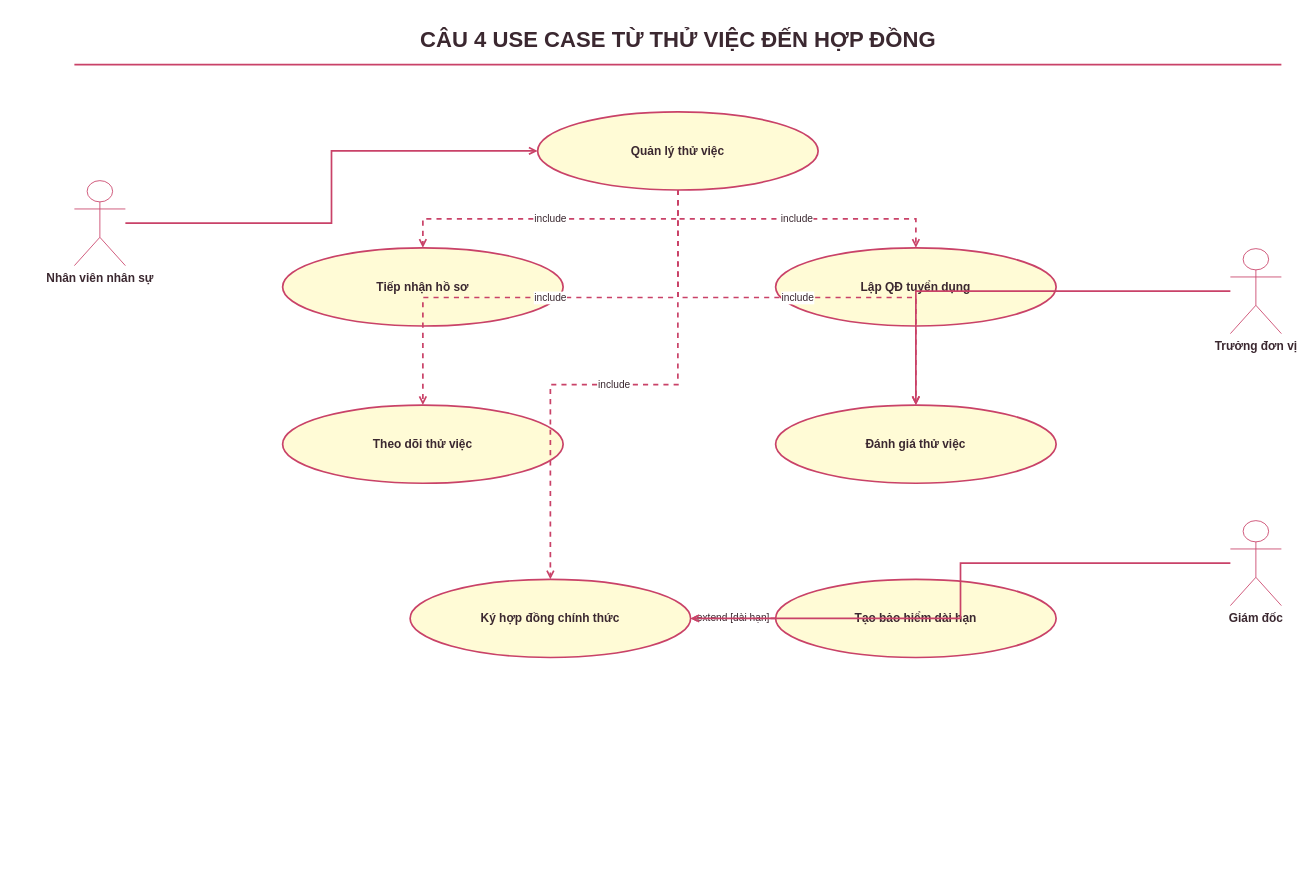
Earlier version of the draw.io diagram page "Câu 4 Use Case Từ Thử Việc Đến Hợp Đồng" (4 of 7) of LAB_AT_OOSD/LAB07/thietke/PhamMinhGiang-12DHCNPM1-LAB07-User.drawio (1250080044-PhamMinhGiang-12DHCNPM1/OOP-Lab). Source tidied: cells renumbered, new cells numbered last; positions are measured from the earlier drawing's top-left corner, leaving out a move shared by most shapes. Both pictures are drawn from the tidied source at 85%, with x=0, y=0 at pixel (74, 14).
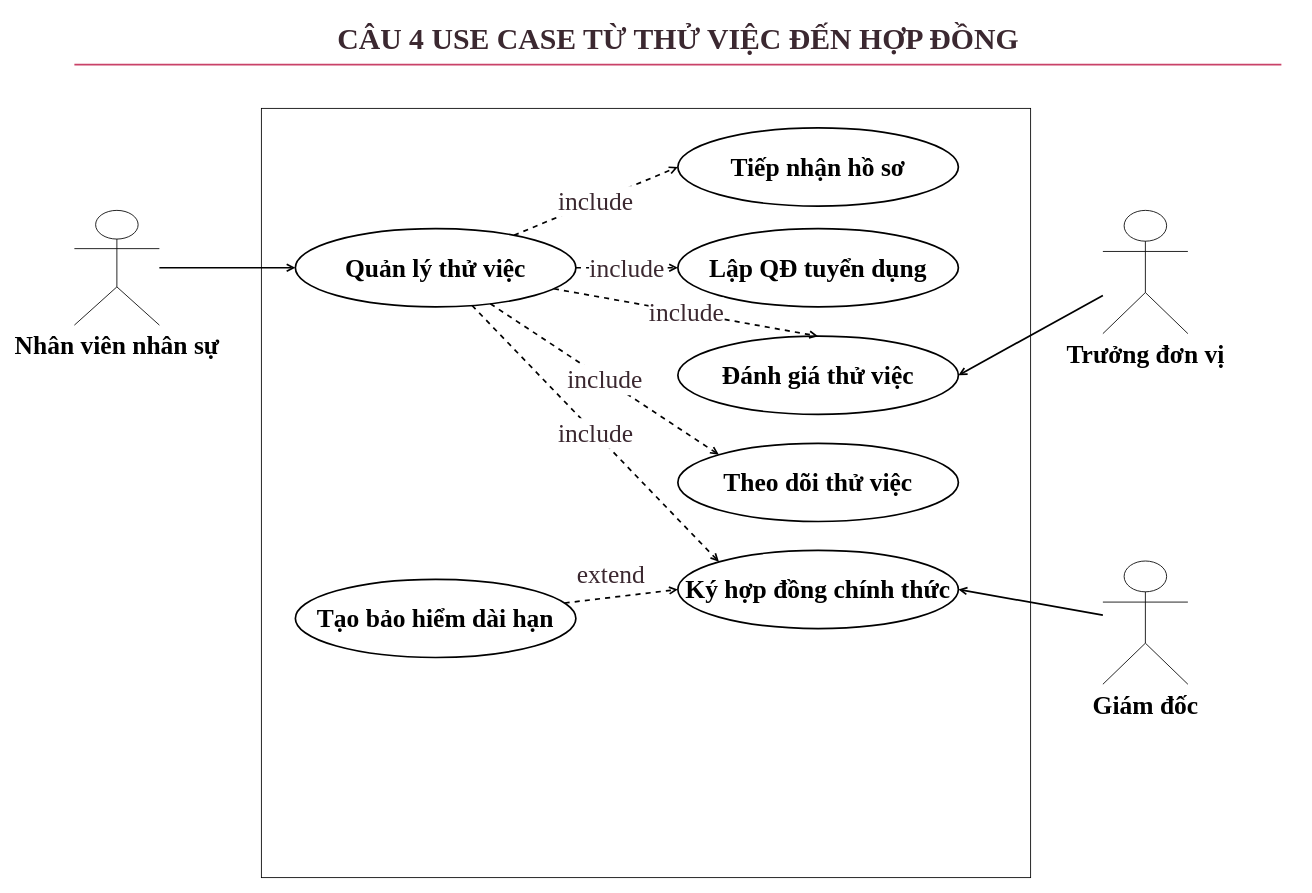
The same diagram, later.

Change to the diagram source:
```diff
@@
+    <mxCell id="23" style="whiteSpace=wrap;html=1;" parent="1" vertex="1">
+      <mxGeometry x="220" y="110" width="905" height="905" as="geometry" />
+    </mxCell>
-    <mxCell id="2" value="CÂU 4  USE CASE TỪ THỬ VIỆC ĐẾN HỢP ĐỒNG" style="text;html=1;align=center;verticalAlign=middle;fontSize=26;fontStyle=1;fontColor=#3B2830;strokeColor=none;fillColor=none;" parent="1" vertex="1">
+    <mxCell id="2" value="CÂU 4  USE CASE TỪ THỬ VIỆC ĐẾN HỢP ĐỒNG" style="text;html=1;align=center;verticalAlign=middle;fontSize=35;fontStyle=1;fontColor=#3B2830;strokeColor=none;fillColor=none;fontFamily=Times New Roman;" parent="1" vertex="1">
       <mxGeometry width="1420" height="58" as="geometry" />
     </mxCell>
-    <mxCell id="3" style="shape=line;strokeColor=#C94268;strokeWidth=2;" parent="1" vertex="1">
+    <mxCell id="3" style="shape=line;strokeColor=#C94268;strokeWidth=2;fontFamily=Times New Roman;fontSize=30;" parent="1" vertex="1">
       <mxGeometry y="58" width="1420" height="1" as="geometry" />
     </mxCell>
-    <mxCell id="4" value="Nhân viên nhân sự" style="shape=umlActor;verticalLabelPosition=bottom;verticalAlign=top;html=1;fontColor=#3B2830;strokeColor=#C94268;fillColor=none;fontSize=14;fontStyle=1;" parent="1" vertex="1">
-      <mxGeometry y="195" width="60" height="100" as="geometry" />
+    <mxCell id="4" value="Nhân viên nhân sự" style="shape=umlActor;verticalLabelPosition=bottom;verticalAlign=top;html=1;fontSize=30;fontStyle=1;fontFamily=Times New Roman;" parent="1" vertex="1">
+      <mxGeometry y="230" width="100" height="135" as="geometry" />
     </mxCell>
-    <mxCell id="5" value="Trưởng đơn vị" style="shape=umlActor;verticalLabelPosition=bottom;verticalAlign=top;html=1;fontColor=#3B2830;strokeColor=#C94268;fillColor=none;fontSize=14;fontStyle=1;" parent="1" vertex="1">
-      <mxGeometry x="1360" y="275" width="60" height="100" as="geometry" />
+    <mxCell id="5" value="Trưởng đơn vị" style="shape=umlActor;verticalLabelPosition=bottom;verticalAlign=top;html=1;fontSize=30;fontStyle=1;fontFamily=Times New Roman;" parent="1" vertex="1">
+      <mxGeometry x="1210" y="230" width="100" height="145" as="geometry" />
     </mxCell>
-    <mxCell id="6" value="Giám đốc" style="shape=umlActor;verticalLabelPosition=bottom;verticalAlign=top;html=1;fontColor=#3B2830;strokeColor=#C94268;fillColor=none;fontSize=14;fontStyle=1;" parent="1" vertex="1">
-      <mxGeometry x="1360" y="595" width="60" height="100" as="geometry" />
+    <mxCell id="6" value="Giám đốc" style="shape=umlActor;verticalLabelPosition=bottom;verticalAlign=top;html=1;fontSize=30;fontStyle=1;fontFamily=Times New Roman;" parent="1" vertex="1">
+      <mxGeometry x="1210" y="642.5" width="100" height="145" as="geometry" />
     </mxCell>
-    <mxCell id="7" value="Quản lý thử việc" style="ellipse;whiteSpace=wrap;html=1;fontColor=#3B2830;strokeColor=#C94268;strokeWidth=2;fillColor=#FFFBD6;fontSize=14;align=center;verticalAlign=middle;fontStyle=1;" parent="1" vertex="1">
-      <mxGeometry x="545" y="114" width="330" height="92" as="geometry" />
+    <mxCell id="7" value="Quản lý thử việc" style="ellipse;whiteSpace=wrap;html=1;strokeWidth=2;fontSize=30;align=center;verticalAlign=middle;fontStyle=1;fontFamily=Times New Roman;" parent="1" vertex="1">
+      <mxGeometry x="260" y="251.5" width="330" height="92" as="geometry" />
     </mxCell>
-    <mxCell id="8" value="Tiếp nhận hồ sơ" style="ellipse;whiteSpace=wrap;html=1;fontColor=#3B2830;strokeColor=#C94268;strokeWidth=2;fillColor=#FFFBD6;fontSize=14;align=center;verticalAlign=middle;fontStyle=1;" parent="1" vertex="1">
-      <mxGeometry x="245" y="274" width="330" height="92" as="geometry" />
+    <mxCell id="8" value="Tiếp nhận hồ sơ" style="ellipse;whiteSpace=wrap;html=1;strokeWidth=2;fontSize=30;align=center;verticalAlign=middle;fontStyle=1;fontFamily=Times New Roman;" parent="1" vertex="1">
+      <mxGeometry x="710" y="133" width="330" height="92" as="geometry" />
     </mxCell>
-    <mxCell id="9" value="Lập QĐ tuyển dụng" style="ellipse;whiteSpace=wrap;html=1;fontColor=#3B2830;strokeColor=#C94268;strokeWidth=2;fillColor=#FFFBD6;fontSize=14;align=center;verticalAlign=middle;fontStyle=1;" parent="1" vertex="1">
-      <mxGeometry x="825" y="274" width="330" height="92" as="geometry" />
+    <mxCell id="9" value="Lập QĐ tuyển dụng" style="ellipse;whiteSpace=wrap;html=1;strokeWidth=2;fontSize=30;align=center;verticalAlign=middle;fontStyle=1;fontFamily=Times New Roman;" parent="1" vertex="1">
+      <mxGeometry x="710" y="251.5" width="330" height="92" as="geometry" />
     </mxCell>
-    <mxCell id="10" value="Theo dõi thử việc" style="ellipse;whiteSpace=wrap;html=1;fontColor=#3B2830;strokeColor=#C94268;strokeWidth=2;fillColor=#FFFBD6;fontSize=14;align=center;verticalAlign=middle;fontStyle=1;" parent="1" vertex="1">
-      <mxGeometry x="245" y="459" width="330" height="92" as="geometry" />
+    <mxCell id="10" value="Theo dõi thử việc" style="ellipse;whiteSpace=wrap;html=1;strokeWidth=2;fontSize=30;align=center;verticalAlign=middle;fontStyle=1;fontFamily=Times New Roman;" parent="1" vertex="1">
+      <mxGeometry x="710" y="504" width="330" height="92" as="geometry" />
     </mxCell>
-    <mxCell id="11" value="Đánh giá thử việc" style="ellipse;whiteSpace=wrap;html=1;fontColor=#3B2830;strokeColor=#C94268;strokeWidth=2;fillColor=#FFFBD6;fontSize=14;align=center;verticalAlign=middle;fontStyle=1;" parent="1" vertex="1">
-      <mxGeometry x="825" y="459" width="330" height="92" as="geometry" />
+    <mxCell id="11" value="Đánh giá thử việc" style="ellipse;whiteSpace=wrap;html=1;strokeWidth=2;fontSize=30;align=center;verticalAlign=middle;fontStyle=1;fontFamily=Times New Roman;" parent="1" vertex="1">
+      <mxGeometry x="710" y="378" width="330" height="92" as="geometry" />
     </mxCell>
-    <mxCell id="12" value="Ký hợp đồng chính thức" style="ellipse;whiteSpace=wrap;html=1;fontColor=#3B2830;strokeColor=#C94268;strokeWidth=2;fillColor=#FFFBD6;fontSize=14;align=center;verticalAlign=middle;fontStyle=1;" parent="1" vertex="1">
-      <mxGeometry x="395" y="664" width="330" height="92" as="geometry" />
+    <mxCell id="12" value="Ký hợp đồng chính thức" style="ellipse;whiteSpace=wrap;html=1;strokeWidth=2;fontSize=30;align=center;verticalAlign=middle;fontStyle=1;fontFamily=Times New Roman;" parent="1" vertex="1">
+      <mxGeometry x="710" y="630" width="330" height="92" as="geometry" />
     </mxCell>
-    <mxCell id="13" value="Tạo bảo hiểm dài hạn" style="ellipse;whiteSpace=wrap;html=1;fontColor=#3B2830;strokeColor=#C94268;strokeWidth=2;fillColor=#FFFBD6;fontSize=14;align=center;verticalAlign=middle;fontStyle=1;" parent="1" vertex="1">
-      <mxGeometry x="825" y="664" width="330" height="92" as="geometry" />
+    <mxCell id="13" value="Tạo bảo hiểm dài hạn" style="ellipse;whiteSpace=wrap;html=1;strokeWidth=2;fontSize=30;align=center;verticalAlign=middle;fontStyle=1;fontFamily=Times New Roman;" parent="1" vertex="1">
+      <mxGeometry x="260" y="664" width="330" height="92" as="geometry" />
     </mxCell>
-    <mxCell id="14" value="include" style="edgeStyle=orthogonalEdgeStyle;rounded=0;html=1;strokeColor=#C94268;strokeWidth=2;endArrow=open;endFill=0;fontColor=#3B2830;fontSize=12;dashed=1;" parent="1" edge="1" source="7" target="8">
+    <mxCell id="14" value="include" style="rounded=0;html=1;strokeWidth=2;endArrow=open;endFill=0;fontColor=#3B2830;fontSize=30;dashed=1;fontFamily=Times New Roman;entryX=0;entryY=0.5;entryDx=0;entryDy=0;" parent="1" edge="1" source="7" target="8">
       <mxGeometry relative="1" as="geometry" />
     </mxCell>
-    <mxCell id="15" value="include" style="edgeStyle=orthogonalEdgeStyle;rounded=0;html=1;strokeColor=#C94268;strokeWidth=2;endArrow=open;endFill=0;fontColor=#3B2830;fontSize=12;dashed=1;" parent="1" edge="1" source="7" target="9">
+    <mxCell id="15" value="include" style="rounded=0;html=1;strokeWidth=2;endArrow=open;endFill=0;fontColor=#3B2830;fontSize=30;dashed=1;fontFamily=Times New Roman;" parent="1" edge="1" source="7" target="9">
       <mxGeometry relative="1" as="geometry" />
     </mxCell>
-    <mxCell id="16" value="include" style="edgeStyle=orthogonalEdgeStyle;rounded=0;html=1;strokeColor=#C94268;strokeWidth=2;endArrow=open;endFill=0;fontColor=#3B2830;fontSize=12;dashed=1;" parent="1" edge="1" source="7" target="10">
+    <mxCell id="16" value="include" style="rounded=0;html=1;strokeWidth=2;endArrow=open;endFill=0;fontColor=#3B2830;fontSize=30;dashed=1;fontFamily=Times New Roman;entryX=0;entryY=0;entryDx=0;entryDy=0;" parent="1" edge="1" source="7" target="10">
       <mxGeometry relative="1" as="geometry" />
     </mxCell>
-    <mxCell id="17" value="include" style="edgeStyle=orthogonalEdgeStyle;rounded=0;html=1;strokeColor=#C94268;strokeWidth=2;endArrow=open;endFill=0;fontColor=#3B2830;fontSize=12;dashed=1;" parent="1" edge="1" source="7" target="11">
+    <mxCell id="17" value="include" style="rounded=0;html=1;strokeWidth=2;endArrow=open;endFill=0;fontColor=#3B2830;fontSize=30;dashed=1;fontFamily=Times New Roman;entryX=0.5;entryY=0;entryDx=0;entryDy=0;" parent="1" edge="1" source="7" target="11">
       <mxGeometry relative="1" as="geometry" />
     </mxCell>
-    <mxCell id="18" value="include" style="edgeStyle=orthogonalEdgeStyle;rounded=0;html=1;strokeColor=#C94268;strokeWidth=2;endArrow=open;endFill=0;fontColor=#3B2830;fontSize=12;dashed=1;" parent="1" edge="1" source="7" target="12">
+    <mxCell id="18" value="include" style="rounded=0;html=1;strokeWidth=2;endArrow=open;endFill=0;fontColor=#3B2830;fontSize=30;dashed=1;fontFamily=Times New Roman;entryX=0;entryY=0;entryDx=0;entryDy=0;" parent="1" edge="1" source="7" target="12">
       <mxGeometry relative="1" as="geometry" />
     </mxCell>
-    <mxCell id="19" value="extend [dài hạn]" style="edgeStyle=orthogonalEdgeStyle;rounded=0;html=1;strokeColor=#C94268;strokeWidth=2;endArrow=open;endFill=0;fontColor=#3B2830;fontSize=12;dashed=1;" parent="1" edge="1" source="13" target="12">
-      <mxGeometry relative="1" as="geometry" />
+    <mxCell id="19" value="extend" style="rounded=0;html=1;strokeWidth=2;endArrow=open;endFill=0;fontColor=#3B2830;fontSize=30;dashed=1;fontFamily=Times New Roman;entryX=0;entryY=0.5;entryDx=0;entryDy=0;" parent="1" edge="1" source="13" target="12">
+      <mxGeometry x="-0.13" y="27" relative="1" as="geometry" />
     </mxCell>
-    <mxCell id="20" style="edgeStyle=orthogonalEdgeStyle;rounded=0;html=1;strokeColor=#C94268;strokeWidth=2;endArrow=open;endFill=0;fontColor=#3B2830;fontSize=12;dashed=0;" parent="1" edge="1" source="4" target="7">
+    <mxCell id="20" style="rounded=0;html=1;strokeWidth=2;endArrow=open;endFill=0;fontColor=#3B2830;fontSize=30;dashed=0;fontFamily=Times New Roman;entryX=0;entryY=0.5;entryDx=0;entryDy=0;" parent="1" edge="1" source="4" target="7">
       <mxGeometry relative="1" as="geometry" />
     </mxCell>
-    <mxCell id="21" style="edgeStyle=orthogonalEdgeStyle;rounded=0;html=1;strokeColor=#C94268;strokeWidth=2;endArrow=open;endFill=0;fontColor=#3B2830;fontSize=12;dashed=0;" parent="1" edge="1" source="5" target="11">
+    <mxCell id="21" style="rounded=0;html=1;strokeWidth=2;endArrow=open;endFill=0;fontColor=#3B2830;fontSize=30;dashed=0;fontFamily=Times New Roman;entryX=1;entryY=0.5;entryDx=0;entryDy=0;" parent="1" edge="1" source="5" target="11">
       <mxGeometry relative="1" as="geometry" />
     </mxCell>
-    <mxCell id="22" style="edgeStyle=orthogonalEdgeStyle;rounded=0;html=1;strokeColor=#C94268;strokeWidth=2;endArrow=open;endFill=0;fontColor=#3B2830;fontSize=12;dashed=0;" parent="1" edge="1" source="6" target="12">
+    <mxCell id="22" style="rounded=0;html=1;strokeWidth=2;endArrow=open;endFill=0;fontColor=#3B2830;fontSize=30;dashed=0;fontFamily=Times New Roman;entryX=1;entryY=0.5;entryDx=0;entryDy=0;" parent="1" edge="1" source="6" target="12">
       <mxGeometry relative="1" as="geometry" />
     </mxCell>
```
